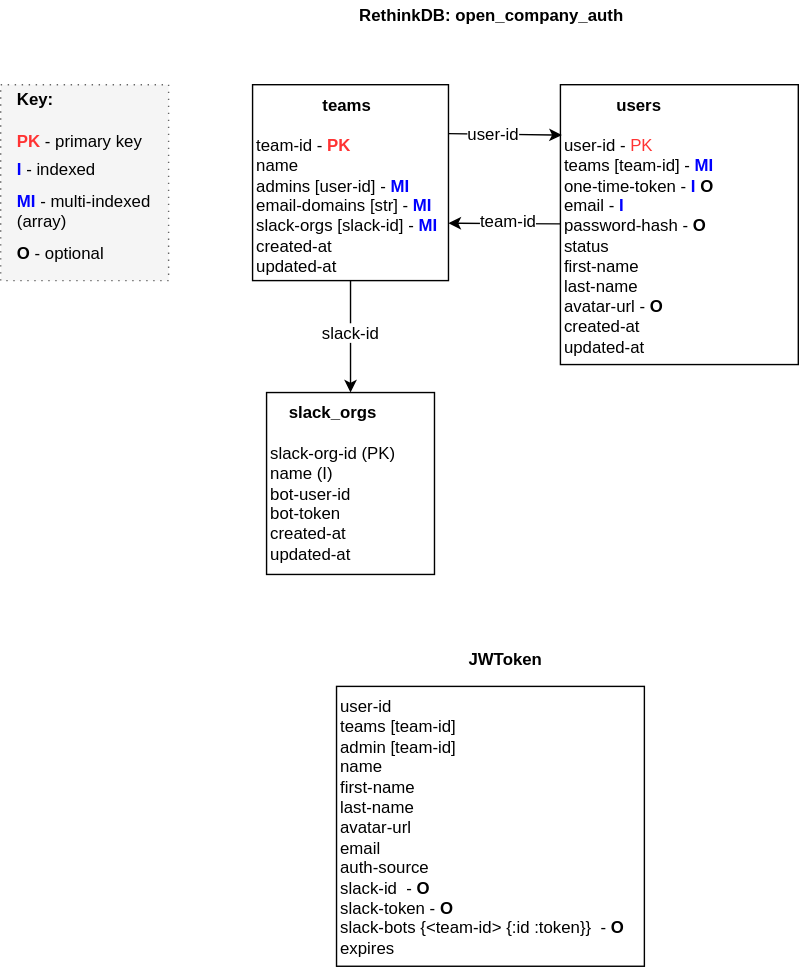
Before: docs/OC-Auth-Schema.svg, a diagram exported from draw.io (open-company/open-company-auth). Source tidied: cells renumbered, new cells last; positions are measured from the earlier drawing's top-left corner, leaving out a move shared by most shapes.
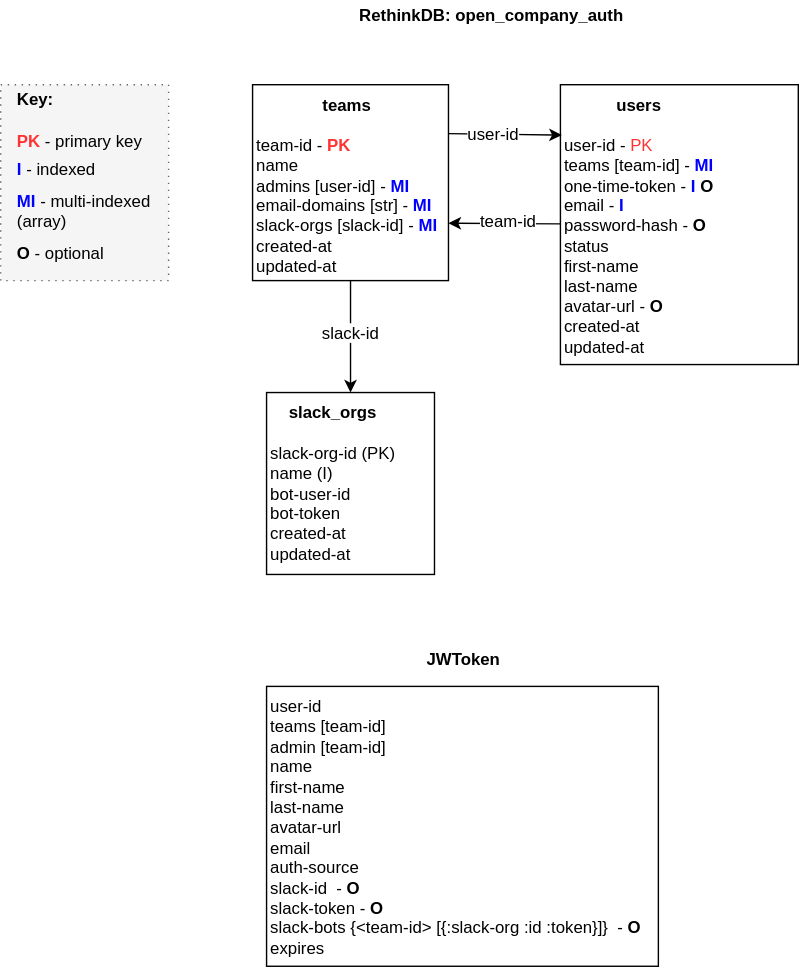
The same diagram one commit later.

Commit message:
WIP: Return bot token and ID for Slack orgs in JWTokens.

Diff of the diagram source:
```diff
@@ -59,10 +59,13 @@
       <mxGeometry x="225" width="250" height="20" as="geometry" />
     </mxCell>
     <mxCell id="20" value="&lt;div style=&quot;text-align: left&quot;&gt;&lt;b&gt;JWToken&lt;/b&gt;&lt;/div&gt;" style="text;html=1;strokeColor=none;fillColor=none;align=center;verticalAlign=middle;whiteSpace=wrap;dashed=1;dashPattern=1 4;fontSize=12;fontColor=#000000;" parent="1" vertex="1">
-      <mxGeometry x="235" y="460" width="250" height="20" as="geometry" />
+      <mxGeometry x="205" y="460" width="250" height="20" as="geometry" />
     </mxCell>
-    <mxCell id="21" value="&lt;div&gt;user-id&lt;/div&gt;&lt;div&gt;teams [team-id]&lt;/div&gt;&lt;div&gt;admin [team-id]&lt;/div&gt;&lt;div&gt;name&lt;/div&gt;&lt;div&gt;first-name&lt;/div&gt;&lt;div&gt;last-name&lt;/div&gt;&lt;div&gt;avatar-url&lt;/div&gt;&lt;div&gt;email&lt;/div&gt;&lt;div&gt;auth-source&lt;/div&gt;&lt;div&gt;slack-id &amp;nbsp;- &lt;b&gt;O&lt;/b&gt;&lt;/div&gt;&lt;div&gt;slack-token - &lt;b&gt;O&lt;/b&gt;&lt;/div&gt;&lt;div&gt;slack-bots {&amp;lt;team-id&amp;gt; {:id :token}} &amp;nbsp;-&amp;nbsp;&lt;b&gt;O&lt;/b&gt;&lt;/div&gt;&lt;div&gt;expires&lt;/div&gt;" style="whiteSpace=wrap;html=1;fontSize=12;fontColor=#000000;align=left;verticalAlign=top;" parent="1" vertex="1">
-      <mxGeometry x="240" y="490" width="220" height="200" as="geometry" />
+    <mxCell id="21" value="&lt;div&gt;user-id&lt;/div&gt;&lt;div&gt;teams [team-id]&lt;/div&gt;&lt;div&gt;admin [team-id]&lt;/div&gt;&lt;div&gt;name&lt;/div&gt;&lt;div&gt;first-name&lt;/div&gt;&lt;div&gt;last-name&lt;/div&gt;&lt;div&gt;avatar-url&lt;/div&gt;&lt;div&gt;email&lt;/div&gt;&lt;div&gt;auth-source&lt;/div&gt;&lt;div&gt;slack-id &amp;nbsp;- &lt;b&gt;O&lt;/b&gt;&lt;/div&gt;&lt;div&gt;slack-token - &lt;b&gt;O&lt;/b&gt;&lt;/div&gt;&lt;div&gt;slack-bots {&amp;lt;team-id&amp;gt; [{:slack-org :id :token}]} &amp;nbsp;-&amp;nbsp;&lt;b&gt;O&lt;/b&gt;&lt;/div&gt;&lt;div&gt;expires&lt;/div&gt;" style="whiteSpace=wrap;html=1;fontSize=12;fontColor=#000000;align=left;verticalAlign=top;" parent="1" vertex="1">
+      <mxGeometry x="190" y="490" width="280" height="200" as="geometry" />
     </mxCell>
+    <mxCell id="22" style="edgeStyle=orthogonalEdgeStyle;rounded=0;html=1;exitX=0.5;exitY=0;entryX=0.5;entryY=0;startArrow=classic;startFill=1;endArrow=none;endFill=0;jettySize=auto;orthogonalLoop=1;strokeColor=#FF3333;fontSize=12;fontColor=#000000;" parent="1" edge="1" source="20" target="20">
+      <mxGeometry relative="1" as="geometry" />
+    </mxCell>
   </root>
 </mxGraphModel>
```
